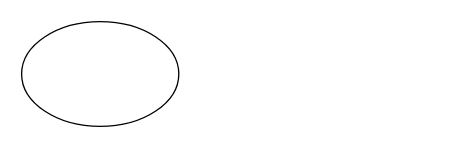
Earlier version of the draw.io diagram Netty相关知识.drawio (zhangtong0512/drawio). Source tidied: cells renumbered, new cells numbered last; positions are measured from the earlier drawing's top-left corner, leaving out a move shared by most shapes. Both pictures are drawn from the tidied source at 131%, with x=0, y=0 at pixel (21, 21).
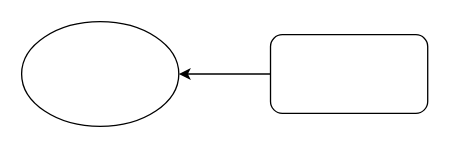
The same diagram, later.

Commit message (it also covers changes not shown here):
更新Netty相关知识.drawio

Diff of the diagram source:
```diff
@@
 <mxGraphModel>
   <root>
     <mxCell id="0" />
     <mxCell id="1" parent="0" />
     <mxCell id="2" style="ellipse;whiteSpace=wrap;html=1;" parent="1" vertex="1">
       <mxGeometry width="120" height="80" as="geometry" />
     </mxCell>
+    <mxCell id="3" style="edgeStyle=orthogonalEdgeStyle;rounded=0;jettySize=auto;html=1;entryX=1;entryY=0.5;entryDx=0;entryDy=0;" parent="1" edge="1" source="4" target="2">
+      <mxGeometry relative="1" as="geometry" />
+    </mxCell>
+    <mxCell id="4" style="rounded=1;whiteSpace=wrap;html=1;" parent="1" vertex="1">
+      <mxGeometry x="190" y="10" width="120" height="60" as="geometry" />
+    </mxCell>
   </root>
 </mxGraphModel>
```
